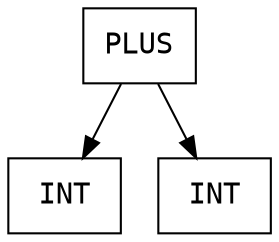
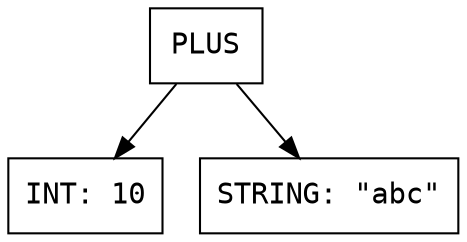
digraph AST {
  node [shape=box, fontname="Courier"];
-   "0x5555943cdda0" [label="PLUS"];
-   "0x5555943cdda0" -> "0x5555943cdd60";
-   "0x5555943cdd60" [label="INT"];
-   "0x5555943cdda0" -> "0x5555943cdd80";
-   "0x5555943cdd80" [label="INT"];
+   "0x55556f48fdc0" [label="PLUS"];
+   "0x55556f48fdc0" -> "0x55556f48fd60";
+   "0x55556f48fd60" [label="INT: 10"];
+   "0x55556f48fdc0" -> "0x55556f48fd80";
+   "0x55556f48fd80" [label="STRING: \"abc\""];
}
